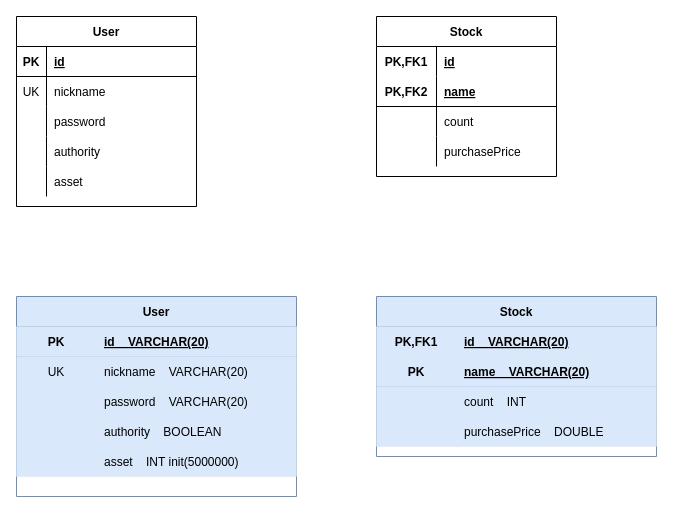
Before: page "E-R Diagram" (6 of 8) of stockSimulator.drawio in kukjun/toyProject-java, a draw.io diagram. Source tidied: cells renumbered, new cells numbered last; positions are measured from the earlier drawing's top-left corner, leaving out a move shared by most shapes. Both pictures are drawn from the tidied source at 100%, with x=0, y=0 at pixel (16, 16).
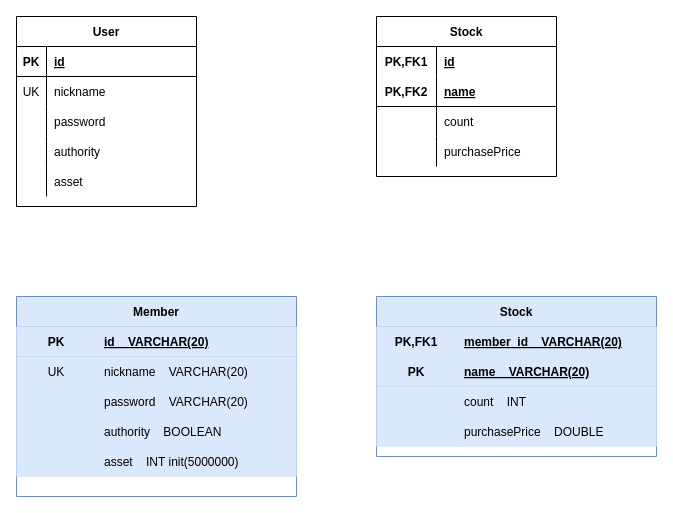
After the change.

The change refers to these unchanged cells:
```xml
<mxCell id="48" style="shape=partialRectangle;fillColor=#dae8fc;top=0;left=0;bottom=0;right=0;strokeColor=#6c8ebf;" parent="47" vertex="1">
  <mxGeometry y="30" width="280" height="30" as="geometry" />
</mxCell>
```

Diff of the diagram source:
```diff
@@
-    <mxCell id="31" value="User" style="shape=table;startSize=30;childLayout=tableLayout;rowLines=0;fontStyle=1;align=center;fillColor=#dae8fc;strokeColor=#6c8ebf;" parent="1" vertex="1">
+    <mxCell id="31" value="Member" style="shape=table;startSize=30;childLayout=tableLayout;rowLines=0;fontStyle=1;align=center;fillColor=#dae8fc;strokeColor=#6c8ebf;" parent="1" vertex="1">
       <mxGeometry y="280" width="280" height="200" as="geometry" />
     </mxCell>
@@
-    <mxCell id="50" value="id    VARCHAR(20)" style="shape=partialRectangle;fillColor=#dae8fc;top=0;left=0;bottom=0;right=0;align=left;spacingLeft=6;fontStyle=5;overflow=hidden;strokeColor=#6c8ebf;" parent="48" vertex="1">
+    <mxCell id="50" value="member_id    VARCHAR(20)" style="shape=partialRectangle;fillColor=#dae8fc;top=0;left=0;bottom=0;right=0;align=left;spacingLeft=6;fontStyle=5;overflow=hidden;strokeColor=#6c8ebf;" parent="48" vertex="1">
       <mxGeometry x="80" width="200" height="30" as="geometry" />
     </mxCell>
```
